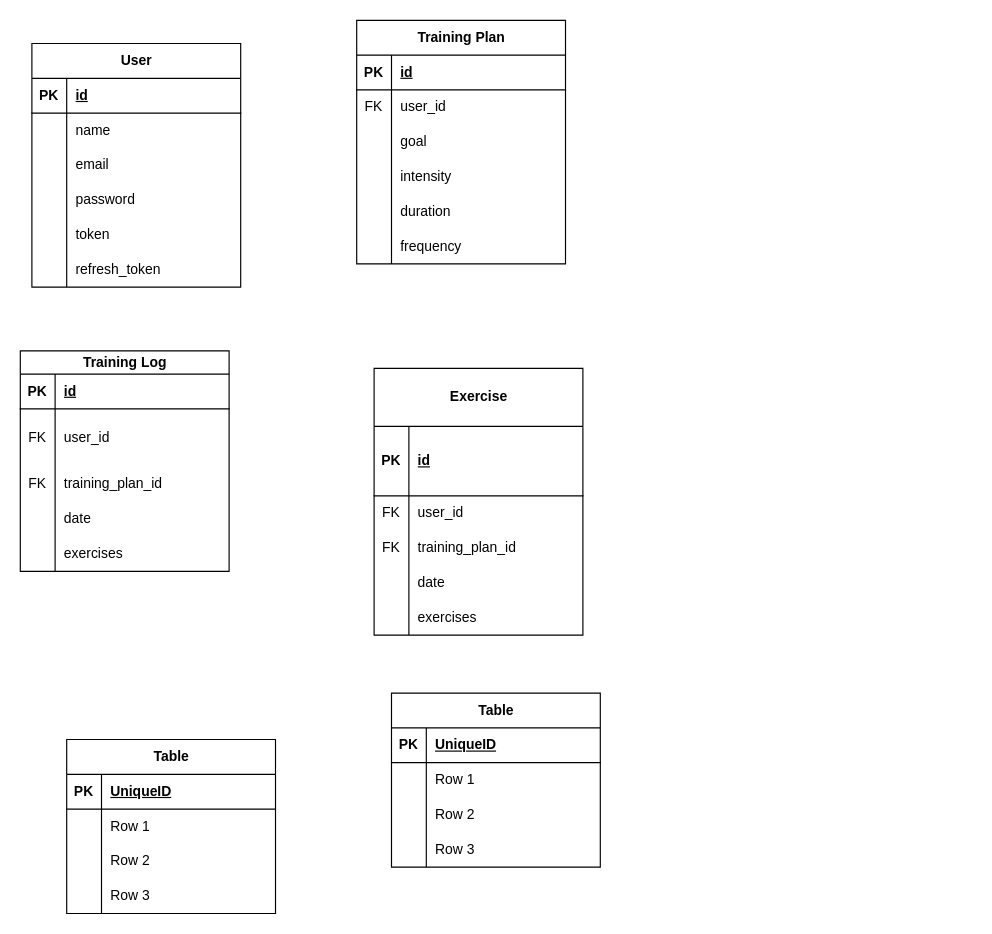
yoshihiro1019/FitAIPlanner keeps this draw.io diagram as 名称未設定ファイル.drawio. Above is the earlier version. Source tidied: cells renumbered, new cells numbered last; positions are measured from the earlier drawing's top-left corner, leaving out a move shared by most shapes. Both pictures are drawn from the tidied source at 116%, with x=0, y=0 at pixel (20, 20).
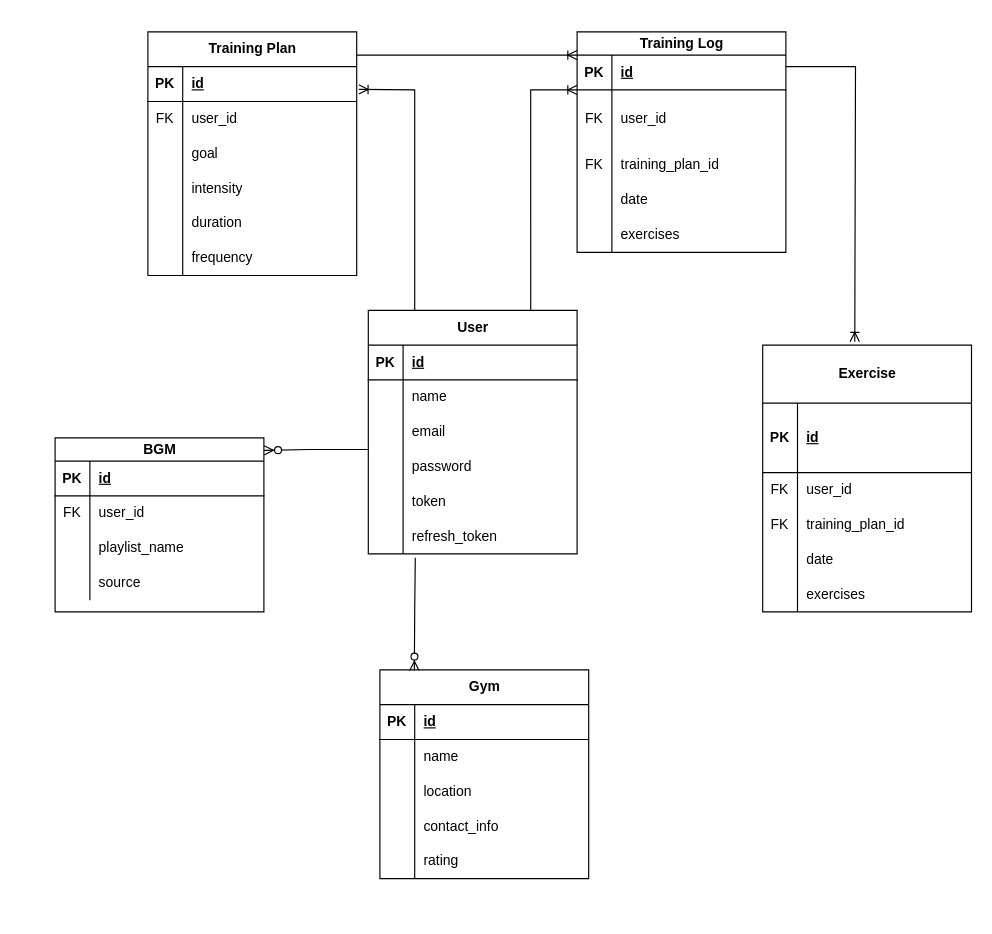
After the change.

Commit message:
名称未設定ファイル.drawio を更新します

Unchanged cells that the change refers to:
```xml
<mxCell id="19" style="shape=tableRow;horizontal=0;startSize=0;swimlaneHead=0;swimlaneBody=0;fillColor=none;points=[[0,0.5],[1,0.5]];portConstraint=eastwest;top=0;left=0;right=0;bottom=1;" parent="18" vertex="1">
  <mxGeometry y="30" width="180" height="30" as="geometry" />
</mxCell>
<mxCell id="38" style="shape=tableRow;horizontal=0;startSize=0;swimlaneHead=0;swimlaneBody=0;fillColor=none;points=[[0,0.5],[1,0.5]];portConstraint=eastwest;top=0;left=0;right=0;bottom=1;" parent="37" vertex="1">
  <mxGeometry y="20" width="180" height="30" as="geometry" />
</mxCell>
<mxCell id="41" style="shape=tableRow;horizontal=0;startSize=0;swimlaneHead=0;swimlaneBody=0;fillColor=none;points=[[0,0.5],[1,0.5]];portConstraint=eastwest;top=0;left=0;right=0;bottom=0;" parent="37" vertex="1">
  <mxGeometry y="50" width="180" height="50" as="geometry" />
</mxCell>
<mxCell id="63" style="shape=tableRow;horizontal=0;startSize=0;swimlaneHead=0;swimlaneBody=0;fillColor=none;points=[[0,0.5],[1,0.5]];portConstraint=eastwest;top=0;left=0;right=0;bottom=0;" parent="53" vertex="1">
  <mxGeometry y="120" width="180" height="30" as="geometry" />
</mxCell>
<mxCell id="69" style="shape=tableRow;horizontal=0;startSize=0;swimlaneHead=0;swimlaneBody=0;fillColor=none;points=[[0,0.5],[1,0.5]];portConstraint=eastwest;top=0;left=0;right=0;bottom=0;" parent="53" vertex="1">
  <mxGeometry y="180" width="180" height="30" as="geometry" />
</mxCell>
<mxCell id="86" style="shape=tableRow;horizontal=0;startSize=0;swimlaneHead=0;swimlaneBody=0;fillColor=none;top=0;left=0;right=0;bottom=1;" parent="85" vertex="1">
  <mxGeometry y="30" width="180" height="30" as="geometry" />
</mxCell>
<mxCell id="89" style="shape=tableRow;horizontal=0;startSize=0;swimlaneHead=0;swimlaneBody=0;fillColor=none;top=0;left=0;right=0;bottom=0;" parent="85" vertex="1">
  <mxGeometry y="60" width="180" height="30" as="geometry" />
</mxCell>
<mxCell id="92" style="shape=tableRow;horizontal=0;startSize=0;swimlaneHead=0;swimlaneBody=0;fillColor=none;top=0;left=0;right=0;bottom=0;" parent="85" vertex="1">
  <mxGeometry y="90" width="180" height="30" as="geometry" />
</mxCell>
<mxCell id="95" style="shape=tableRow;horizontal=0;startSize=0;swimlaneHead=0;swimlaneBody=0;fillColor=none;top=0;left=0;right=0;bottom=0;" parent="85" vertex="1">
  <mxGeometry y="120" width="180" height="30" as="geometry" />
</mxCell>
```

Diff of the diagram source:
```diff
@@
     <mxCell id="2" value="Exercise" style="shape=table;startSize=50;childLayout=tableLayout;rowLines=0;fontStyle=1;align=center;html=1;" parent="1" vertex="1">
-      <mxGeometry x="305" y="300" width="180" height="230" as="geometry" />
+      <mxGeometry x="640" y="280" width="180" height="230" as="geometry" />
     </mxCell>
@@
     <mxCell id="18" value="Training Plan" style="shape=table;startSize=30;childLayout=tableLayout;rowLines=0;fontStyle=1;align=center;html=1;" parent="1" vertex="1">
-      <mxGeometry x="290" width="180" height="210" as="geometry" />
+      <mxGeometry x="110" y="10" width="180" height="210" as="geometry" />
     </mxCell>
@@
     <mxCell id="37" value="Training Log" style="shape=table;startSize=20;childLayout=tableLayout;rowLines=0;fontStyle=1;align=center;html=1;" parent="1" vertex="1">
-      <mxGeometry y="285" width="180" height="190" as="geometry" />
+      <mxGeometry x="480" y="10" width="180" height="190" as="geometry" />
     </mxCell>
@@
     <mxCell id="53" value="User" style="shape=table;startSize=30;childLayout=tableLayout;rowLines=0;fontStyle=1;align=center;html=1;" parent="1" vertex="1">
-      <mxGeometry x="10" y="20" width="180" height="210" as="geometry" />
+      <mxGeometry x="300" y="250" width="180" height="210" as="geometry" />
     </mxCell>
@@
-    <mxCell id="72" value="Table" style="shape=table;startSize=30;childLayout=tableLayout;rowLines=0;fontStyle=1;align=center;html=1;" parent="1" vertex="1">
-      <mxGeometry x="40" y="620" width="180" height="150" as="geometry" />
+    <mxCell id="72" value="BGM" style="shape=table;startSize=20;childLayout=tableLayout;rowLines=0;fontStyle=1;align=center;html=1;" parent="1" vertex="1">
+      <mxGeometry x="30" y="360" width="180" height="150" as="geometry" />
     </mxCell>
     <mxCell id="73" style="shape=tableRow;horizontal=0;startSize=0;swimlaneHead=0;swimlaneBody=0;fillColor=none;top=0;left=0;right=0;bottom=1;" parent="72" vertex="1">
-      <mxGeometry y="30" width="180" height="30" as="geometry" />
+      <mxGeometry y="20" width="180" height="30" as="geometry" />
     </mxCell>
@@
-    <mxCell id="75" value="UniqueID" style="shape=partialRectangle;fillColor=none;top=0;left=0;bottom=0;right=0;align=left;spacingLeft=6;fontStyle=5;overflow=hidden;whiteSpace=wrap;html=1;" parent="73" vertex="1">
+    <mxCell id="75" value="id" style="shape=partialRectangle;fillColor=none;top=0;left=0;bottom=0;right=0;align=left;spacingLeft=6;fontStyle=5;overflow=hidden;whiteSpace=wrap;html=1;" parent="73" vertex="1">
       <mxGeometry x="30" width="150" height="30" as="geometry" />
     </mxCell>
     <mxCell id="76" style="shape=tableRow;horizontal=0;startSize=0;swimlaneHead=0;swimlaneBody=0;fillColor=none;top=0;left=0;right=0;bottom=0;" parent="72" vertex="1">
-      <mxGeometry y="60" width="180" height="30" as="geometry" />
+      <mxGeometry y="50" width="180" height="30" as="geometry" />
     </mxCell>
-    <mxCell id="77" style="shape=partialRectangle;fillColor=none;top=0;left=0;bottom=0;right=0;overflow=hidden;whiteSpace=wrap;html=1;" parent="76" vertex="1">
+    <mxCell id="77" value="FK" style="shape=partialRectangle;fillColor=none;top=0;left=0;bottom=0;right=0;overflow=hidden;whiteSpace=wrap;html=1;" parent="76" vertex="1">
       <mxGeometry width="30" height="30" as="geometry" />
     </mxCell>
-    <mxCell id="78" value="Row 1" style="shape=partialRectangle;fillColor=none;top=0;left=0;bottom=0;right=0;align=left;spacingLeft=6;overflow=hidden;whiteSpace=wrap;html=1;" parent="76" vertex="1">
+    <mxCell id="78" value="user_id" style="shape=partialRectangle;fillColor=none;top=0;left=0;bottom=0;right=0;align=left;spacingLeft=6;overflow=hidden;whiteSpace=wrap;html=1;" parent="76" vertex="1">
       <mxGeometry x="30" width="150" height="30" as="geometry" />
     </mxCell>
     <mxCell id="79" style="shape=tableRow;horizontal=0;startSize=0;swimlaneHead=0;swimlaneBody=0;fillColor=none;top=0;left=0;right=0;bottom=0;" parent="72" vertex="1">
-      <mxGeometry y="90" width="180" height="30" as="geometry" />
+      <mxGeometry y="80" width="180" height="30" as="geometry" />
     </mxCell>
@@
-    <mxCell id="81" value="Row 2" style="shape=partialRectangle;fillColor=none;top=0;left=0;bottom=0;right=0;align=left;spacingLeft=6;overflow=hidden;whiteSpace=wrap;html=1;" parent="79" vertex="1">
+    <mxCell id="81" value="playlist_name" style="shape=partialRectangle;fillColor=none;top=0;left=0;bottom=0;right=0;align=left;spacingLeft=6;overflow=hidden;whiteSpace=wrap;html=1;" parent="79" vertex="1">
       <mxGeometry x="30" width="150" height="30" as="geometry" />
     </mxCell>
     <mxCell id="82" style="shape=tableRow;horizontal=0;startSize=0;swimlaneHead=0;swimlaneBody=0;fillColor=none;top=0;left=0;right=0;bottom=0;" parent="72" vertex="1">
-      <mxGeometry y="120" width="180" height="30" as="geometry" />
+      <mxGeometry y="110" width="180" height="30" as="geometry" />
     </mxCell>
@@
-    <mxCell id="84" value="Row 3" style="shape=partialRectangle;fillColor=none;top=0;left=0;bottom=0;right=0;align=left;spacingLeft=6;overflow=hidden;whiteSpace=wrap;html=1;" parent="82" vertex="1">
+    <mxCell id="84" value="source" style="shape=partialRectangle;fillColor=none;top=0;left=0;bottom=0;right=0;align=left;spacingLeft=6;overflow=hidden;whiteSpace=wrap;html=1;" parent="82" vertex="1">
       <mxGeometry x="30" width="150" height="30" as="geometry" />
     </mxCell>
-    <mxCell id="85" value="Table" style="shape=table;startSize=30;childLayout=tableLayout;rowLines=0;fontStyle=1;align=center;html=1;" parent="1" vertex="1">
-      <mxGeometry x="320" y="580" width="180" height="150" as="geometry" />
+    <mxCell id="85" value="Gym" style="shape=table;startSize=30;childLayout=tableLayout;rowLines=0;fontStyle=1;align=center;html=1;" parent="1" vertex="1">
+      <mxGeometry x="310" y="560" width="180" height="180" as="geometry" />
     </mxCell>
@@
-    <mxCell id="88" value="UniqueID" style="shape=partialRectangle;fillColor=none;top=0;left=0;bottom=0;right=0;align=left;spacingLeft=6;fontStyle=5;overflow=hidden;whiteSpace=wrap;html=1;" parent="86" vertex="1">
+    <mxCell id="88" value="id" style="shape=partialRectangle;fillColor=none;top=0;left=0;bottom=0;right=0;align=left;spacingLeft=6;fontStyle=5;overflow=hidden;whiteSpace=wrap;html=1;" parent="86" vertex="1">
       <mxGeometry x="30" width="150" height="30" as="geometry" />
     </mxCell>
@@
-    <mxCell id="91" value="Row 1" style="shape=partialRectangle;fillColor=none;top=0;left=0;bottom=0;right=0;align=left;spacingLeft=6;overflow=hidden;whiteSpace=wrap;html=1;" parent="89" vertex="1">
+    <mxCell id="91" value="name" style="shape=partialRectangle;fillColor=none;top=0;left=0;bottom=0;right=0;align=left;spacingLeft=6;overflow=hidden;whiteSpace=wrap;html=1;" parent="89" vertex="1">
       <mxGeometry x="30" width="150" height="30" as="geometry" />
     </mxCell>
@@
-    <mxCell id="94" value="Row 2" style="shape=partialRectangle;fillColor=none;top=0;left=0;bottom=0;right=0;align=left;spacingLeft=6;overflow=hidden;whiteSpace=wrap;html=1;" parent="92" vertex="1">
+    <mxCell id="94" value="location" style="shape=partialRectangle;fillColor=none;top=0;left=0;bottom=0;right=0;align=left;spacingLeft=6;overflow=hidden;whiteSpace=wrap;html=1;" parent="92" vertex="1">
       <mxGeometry x="30" width="150" height="30" as="geometry" />
     </mxCell>
@@
-    <mxCell id="97" value="Row 3" style="shape=partialRectangle;fillColor=none;top=0;left=0;bottom=0;right=0;align=left;spacingLeft=6;overflow=hidden;whiteSpace=wrap;html=1;" parent="95" vertex="1">
+    <mxCell id="97" value="contact_info" style="shape=partialRectangle;fillColor=none;top=0;left=0;bottom=0;right=0;align=left;spacingLeft=6;overflow=hidden;whiteSpace=wrap;html=1;" parent="95" vertex="1">
       <mxGeometry x="30" width="150" height="30" as="geometry" />
     </mxCell>
+    <mxCell id="98" style="shape=tableRow;horizontal=0;startSize=0;swimlaneHead=0;swimlaneBody=0;fillColor=none;top=0;left=0;right=0;bottom=0;" parent="85" vertex="1">
+      <mxGeometry y="150" width="180" height="30" as="geometry" />
+    </mxCell>
+    <mxCell id="99" style="shape=partialRectangle;fillColor=none;top=0;left=0;bottom=0;right=0;overflow=hidden;whiteSpace=wrap;html=1;" parent="98" vertex="1">
+      <mxGeometry width="30" height="30" as="geometry" />
+    </mxCell>
+    <mxCell id="100" value="rating" style="shape=partialRectangle;fillColor=none;top=0;left=0;bottom=0;right=0;align=left;spacingLeft=6;overflow=hidden;whiteSpace=wrap;html=1;" parent="98" vertex="1">
+      <mxGeometry x="30" width="150" height="30" as="geometry" />
+    </mxCell>
+    <mxCell id="101" style="fontSize=12;html=1;endArrow=ERoneToMany;rounded=0;entryX=1.01;entryY=0.653;entryDx=0;entryDy=0;entryPerimeter=0;" parent="1" edge="1" target="19">
+      <mxGeometry relative="1" as="geometry">
+        <mxPoint x="340" y="250" as="sourcePoint" />
+        <Array as="points">
+          <mxPoint x="340" y="170" />
+          <mxPoint x="340" y="60" />
+        </Array>
+      </mxGeometry>
+    </mxCell>
+    <mxCell id="102" style="fontSize=12;html=1;endArrow=ERoneToMany;rounded=0;entryX=0;entryY=0;entryDx=0;entryDy=0;entryPerimeter=0;exitX=0.778;exitY=0;exitDx=0;exitDy=0;exitPerimeter=0;" parent="1" edge="1" source="53" target="41">
+      <mxGeometry relative="1" as="geometry">
+        <Array as="points">
+          <mxPoint x="440" y="60" />
+        </Array>
+      </mxGeometry>
+    </mxCell>
+    <mxCell id="103" style="fontSize=12;html=1;endArrow=ERoneToMany;rounded=0;entryX=0.441;entryY=-0.013;entryDx=0;entryDy=0;entryPerimeter=0;" parent="1" edge="1" target="2">
+      <mxGeometry relative="1" as="geometry">
+        <mxPoint x="660" y="40" as="sourcePoint" />
+        <Array as="points">
+          <mxPoint x="720" y="40" />
+        </Array>
+      </mxGeometry>
+    </mxCell>
+    <mxCell id="104" style="fontSize=12;html=1;endArrow=ERoneToMany;rounded=0;entryX=0;entryY=0;entryDx=0;entryDy=0;entryPerimeter=0;" parent="1" edge="1" target="38">
+      <mxGeometry relative="1" as="geometry">
+        <mxPoint x="290" y="30" as="sourcePoint" />
+        <Array as="points">
+          <mxPoint x="370" y="30" />
+        </Array>
+      </mxGeometry>
+    </mxCell>
+    <mxCell id="105" style="fontSize=12;html=1;endArrow=ERzeroToMany;endFill=1;rounded=0;entryX=1.001;entryY=0.072;entryDx=0;entryDy=0;entryPerimeter=0;exitX=0;exitY=0;exitDx=0;exitDy=0;exitPerimeter=0;" parent="1" edge="1" source="63" target="72">
+      <mxGeometry relative="1" as="geometry">
+        <Array as="points">
+          <mxPoint x="250" y="370" />
+        </Array>
+      </mxGeometry>
+    </mxCell>
+    <mxCell id="106" style="fontSize=12;html=1;endArrow=ERzeroToMany;endFill=1;rounded=0;exitX=0.225;exitY=1.108;exitDx=0;exitDy=0;exitPerimeter=0;entryX=0.165;entryY=0.003;entryDx=0;entryDy=0;entryPerimeter=0;" parent="1" edge="1" source="69" target="85">
+      <mxGeometry relative="1" as="geometry">
+        <Array as="points">
+          <mxPoint x="340" y="510" />
+        </Array>
+      </mxGeometry>
+    </mxCell>
```
